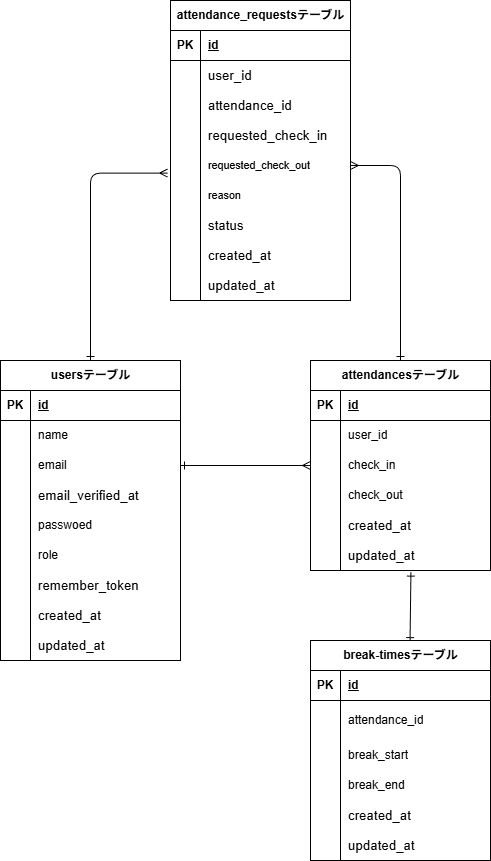
The draw.io diagram .drawio.png in miho-85-ux/TimeandAttendanceManagement, before a commit. Source tidied: cells renumbered, new cells last; positions are measured from the earlier drawing's top-left corner, leaving out a move shared by most shapes.
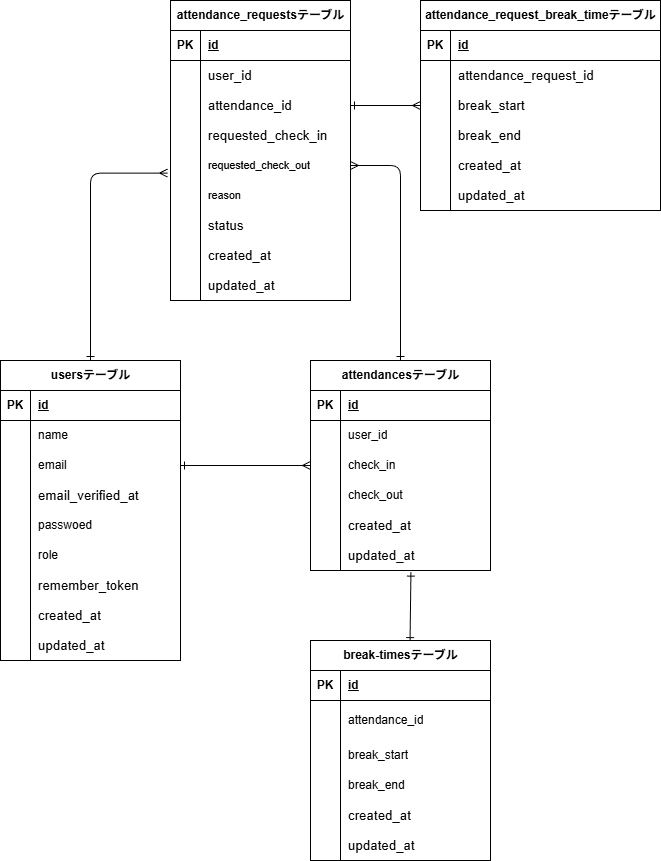
After the change.

Change to the diagram source:
```diff
@@ -296,5 +296,65 @@
     <mxCell id="99" value="&lt;span style=&quot;color: rgb(0, 0, 0); font-size: 10pt; font-family: Arial;&quot;&gt;updated_at&lt;/span&gt;" style="shape=partialRectangle;fillColor=none;top=0;left=0;bottom=0;right=0;align=left;spacingLeft=6;overflow=hidden;whiteSpace=wrap;html=1;" parent="97" vertex="1">
       <mxGeometry x="30" width="150" height="30" as="geometry" />
     </mxCell>
+    <mxCell id="100" value="attendance_request_break_timeテーブル" style="shape=table;startSize=30;rowLines=0;fontStyle=1;align=center;html=1;" parent="1" vertex="1">
+      <mxGeometry x="420" width="240" height="210" as="geometry" />
+    </mxCell>
+    <mxCell id="101" style="shape=tableRow;horizontal=0;startSize=0;swimlaneHead=0;swimlaneBody=0;fillColor=none;top=0;left=0;right=0;bottom=1;" parent="100" vertex="1">
+      <mxGeometry y="30" width="240" height="30" as="geometry" />
+    </mxCell>
+    <mxCell id="102" value="PK" style="shape=partialRectangle;fillColor=none;top=0;left=0;bottom=0;right=0;fontStyle=1;overflow=hidden;whiteSpace=wrap;html=1;" parent="101" vertex="1">
+      <mxGeometry width="30" height="30" as="geometry" />
+    </mxCell>
+    <mxCell id="103" value="id" style="shape=partialRectangle;fillColor=none;top=0;left=0;bottom=0;right=0;align=left;spacingLeft=6;fontStyle=5;overflow=hidden;whiteSpace=wrap;html=1;" parent="101" vertex="1">
+      <mxGeometry x="30" width="210" height="30" as="geometry" />
+    </mxCell>
+    <mxCell id="104" style="shape=tableRow;horizontal=0;startSize=0;swimlaneHead=0;swimlaneBody=0;fillColor=none;top=0;left=0;right=0;bottom=0;" parent="100" vertex="1">
+      <mxGeometry y="60" width="240" height="30" as="geometry" />
+    </mxCell>
+    <mxCell id="105" style="shape=partialRectangle;fillColor=none;top=0;left=0;bottom=0;right=0;overflow=hidden;whiteSpace=wrap;html=1;" parent="104" vertex="1">
+      <mxGeometry width="30" height="30" as="geometry" />
+    </mxCell>
+    <mxCell id="106" value="&lt;span style=&quot;color: rgb(0, 0, 0); font-size: 10pt; font-family: Arial;&quot;&gt;attendance_request_id&lt;/span&gt;" style="shape=partialRectangle;fillColor=none;top=0;left=0;bottom=0;right=0;align=left;spacingLeft=6;overflow=hidden;whiteSpace=wrap;html=1;" parent="104" vertex="1">
+      <mxGeometry x="30" width="210" height="30" as="geometry" />
+    </mxCell>
+    <mxCell id="107" style="shape=tableRow;horizontal=0;startSize=0;swimlaneHead=0;swimlaneBody=0;fillColor=none;points=[[0,0.5],[1,0.5]];portConstraint=eastwest;top=0;left=0;right=0;bottom=0;" parent="100" vertex="1">
+      <mxGeometry y="90" width="240" height="30" as="geometry" />
+    </mxCell>
+    <mxCell id="108" style="shape=partialRectangle;fillColor=none;top=0;left=0;bottom=0;right=0;overflow=hidden;whiteSpace=wrap;html=1;" parent="107" vertex="1">
+      <mxGeometry width="30" height="30" as="geometry" />
+    </mxCell>
+    <mxCell id="109" value="&lt;span style=&quot;color: rgb(0, 0, 0); font-size: 10pt; font-family: Arial;&quot;&gt;break_start&lt;/span&gt;" style="shape=partialRectangle;fillColor=none;top=0;left=0;bottom=0;right=0;align=left;spacingLeft=6;overflow=hidden;whiteSpace=wrap;html=1;" parent="107" vertex="1">
+      <mxGeometry x="30" width="210" height="30" as="geometry" />
+    </mxCell>
+    <mxCell id="110" style="shape=tableRow;horizontal=0;startSize=0;swimlaneHead=0;swimlaneBody=0;fillColor=none;top=0;left=0;right=0;bottom=0;" parent="100" vertex="1">
+      <mxGeometry y="120" width="240" height="30" as="geometry" />
+    </mxCell>
+    <mxCell id="111" style="shape=partialRectangle;fillColor=none;top=0;left=0;bottom=0;right=0;overflow=hidden;whiteSpace=wrap;html=1;" parent="110" vertex="1">
+      <mxGeometry width="30" height="30" as="geometry" />
+    </mxCell>
+    <mxCell id="112" value="&lt;span style=&quot;color: rgb(0, 0, 0); font-size: 10pt; font-family: Arial;&quot;&gt;break_end&lt;/span&gt;" style="shape=partialRectangle;fillColor=none;top=0;left=0;bottom=0;right=0;align=left;spacingLeft=6;overflow=hidden;whiteSpace=wrap;html=1;" parent="110" vertex="1">
+      <mxGeometry x="30" width="210" height="30" as="geometry" />
+    </mxCell>
+    <mxCell id="113" style="shape=tableRow;horizontal=0;startSize=0;swimlaneHead=0;swimlaneBody=0;fillColor=none;top=0;left=0;right=0;bottom=0;" parent="100" vertex="1">
+      <mxGeometry y="150" width="240" height="30" as="geometry" />
+    </mxCell>
+    <mxCell id="114" style="shape=partialRectangle;fillColor=none;top=0;left=0;bottom=0;right=0;overflow=hidden;whiteSpace=wrap;html=1;" parent="113" vertex="1">
+      <mxGeometry width="30" height="30" as="geometry" />
+    </mxCell>
+    <mxCell id="115" value="&lt;span style=&quot;color: rgb(0, 0, 0); font-family: Arial; font-size: 13.3333px;&quot;&gt;created_at&lt;/span&gt;" style="shape=partialRectangle;fillColor=none;top=0;left=0;bottom=0;right=0;align=left;spacingLeft=6;overflow=hidden;whiteSpace=wrap;html=1;" parent="113" vertex="1">
+      <mxGeometry x="30" width="210" height="30" as="geometry" />
+    </mxCell>
+    <mxCell id="116" style="shape=tableRow;horizontal=0;startSize=0;swimlaneHead=0;swimlaneBody=0;fillColor=none;top=0;left=0;right=0;bottom=0;" parent="100" vertex="1">
+      <mxGeometry y="180" width="240" height="30" as="geometry" />
+    </mxCell>
+    <mxCell id="117" style="shape=partialRectangle;fillColor=none;top=0;left=0;bottom=0;right=0;overflow=hidden;whiteSpace=wrap;html=1;" parent="116" vertex="1">
+      <mxGeometry width="30" height="30" as="geometry" />
+    </mxCell>
+    <mxCell id="118" value="&lt;span style=&quot;color: rgb(0, 0, 0); font-family: Arial; font-size: 13.3333px;&quot;&gt;updated_at&lt;/span&gt;" style="shape=partialRectangle;fillColor=none;top=0;left=0;bottom=0;right=0;align=left;spacingLeft=6;overflow=hidden;whiteSpace=wrap;html=1;" parent="116" vertex="1">
+      <mxGeometry x="30" width="210" height="30" as="geometry" />
+    </mxCell>
+    <mxCell id="119" style="edgeStyle=none;html=1;exitX=0;exitY=0.5;exitDx=0;exitDy=0;endArrow=ERone;endFill=0;startArrow=ERmany;startFill=0;entryX=1;entryY=0.5;entryDx=0;entryDy=0;" parent="1" edge="1" source="107" target="79">
+      <mxGeometry relative="1" as="geometry" />
+    </mxCell>
   </root>
 </mxGraphModel>
```
